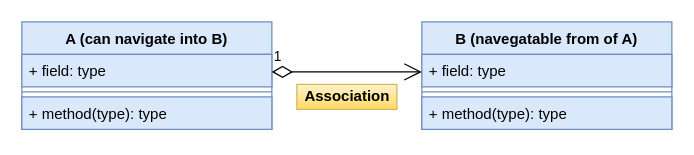
Above: Class_Association.drawio in gpazevedo/UML (draw.io), before the change. Source tidied: cells renumbered, new cells numbered last; positions are measured from the earlier drawing's top-left corner, leaving out a move shared by most shapes. Both pictures are drawn from the tidied source at 125%, with x=0, y=0 at pixel (21, 21).
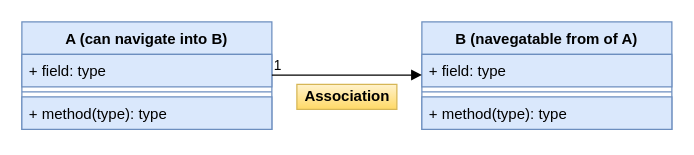
Above is the later version.

Change to the diagram source:
```diff
@@
 <mxGraphModel>
   <root>
     <mxCell id="0" />
     <mxCell id="1" parent="0" />
     <mxCell id="2" value="B (navegatable from of A)" style="swimlane;fontStyle=1;align=center;verticalAlign=top;horizontal=1;startSize=26;fillColor=#dae8fc;strokeColor=#6c8ebf;" parent="1" vertex="1">
       <mxGeometry x="320" width="200" height="86" as="geometry" />
     </mxCell>
     <mxCell id="3" value="+ field: type" style="text;strokeColor=#6c8ebf;fillColor=#dae8fc;align=left;verticalAlign=top;spacingLeft=4;spacingRight=4;overflow=hidden;" parent="2" vertex="1">
       <mxGeometry y="26" width="200" height="26" as="geometry" />
     </mxCell>
     <mxCell id="4" style="line;strokeWidth=1;fillColor=#dae8fc;align=left;verticalAlign=middle;spacingTop=-1;spacingLeft=3;spacingRight=3;labelPosition=right;strokeColor=#6c8ebf;" parent="2" vertex="1">
       <mxGeometry y="52" width="200" height="8" as="geometry" />
     </mxCell>
     <mxCell id="5" value="+ method(type): type" style="text;strokeColor=#6c8ebf;fillColor=#dae8fc;align=left;verticalAlign=top;spacingLeft=4;spacingRight=4;overflow=hidden;" parent="2" vertex="1">
       <mxGeometry y="60" width="200" height="26" as="geometry" />
     </mxCell>
     <mxCell id="6" value="A (can navigate into B)" style="swimlane;fontStyle=1;align=center;verticalAlign=top;horizontal=1;startSize=26;fillColor=#dae8fc;strokeColor=#6c8ebf;" parent="1" vertex="1">
       <mxGeometry width="200" height="86" as="geometry" />
     </mxCell>
     <mxCell id="7" value="+ field: type" style="text;strokeColor=#6c8ebf;fillColor=#dae8fc;align=left;verticalAlign=top;spacingLeft=4;spacingRight=4;overflow=hidden;" parent="6" vertex="1">
       <mxGeometry y="26" width="200" height="26" as="geometry" />
     </mxCell>
     <mxCell id="8" style="line;strokeWidth=1;fillColor=#dae8fc;align=left;verticalAlign=middle;spacingTop=-1;spacingLeft=3;spacingRight=3;labelPosition=right;strokeColor=#6c8ebf;" parent="6" vertex="1">
       <mxGeometry y="52" width="200" height="8" as="geometry" />
     </mxCell>
     <mxCell id="9" value="+ method(type): type" style="text;strokeColor=#6c8ebf;fillColor=#dae8fc;align=left;verticalAlign=top;spacingLeft=4;spacingRight=4;overflow=hidden;" parent="6" vertex="1">
       <mxGeometry y="60" width="200" height="26" as="geometry" />
     </mxCell>
     <mxCell id="10" value="&lt;b&gt;Association&lt;/b&gt;" style="text;html=1;align=center;verticalAlign=middle;gradientColor=#ffd966;fillColor=#fff2cc;strokeColor=#d6b656;" parent="1" vertex="1">
       <mxGeometry x="220" y="50" width="80" height="20" as="geometry" />
     </mxCell>
+    <mxCell id="12" style="endArrow=block;endFill=1;html=1;edgeStyle=orthogonalEdgeStyle;align=left;verticalAlign=top;" parent="1" edge="1">
+      <mxGeometry x="-1" relative="1" as="geometry">
+        <mxPoint x="200" y="42.5" as="sourcePoint" />
+        <mxPoint x="320" y="42.5" as="targetPoint" />
+      </mxGeometry>
+    </mxCell>
-    <mxCell id="11" value="1" style="endArrow=open;html=1;endSize=12;startArrow=diamondThin;startSize=14;startFill=0;edgeStyle=orthogonalEdgeStyle;align=left;verticalAlign=bottom;" parent="1" edge="1">
-      <mxGeometry x="-1" y="3" relative="1" as="geometry">
-        <mxPoint x="200" y="40" as="sourcePoint" />
-        <mxPoint x="320" y="40" as="targetPoint" />
-      </mxGeometry>
+    <mxCell id="11" value="1" style="edgeLabel;html=1;align=left;verticalAlign=bottom;" parent="12" vertex="1">
+      <mxGeometry x="-1" relative="1" as="geometry" />
     </mxCell>
   </root>
 </mxGraphModel>
```
